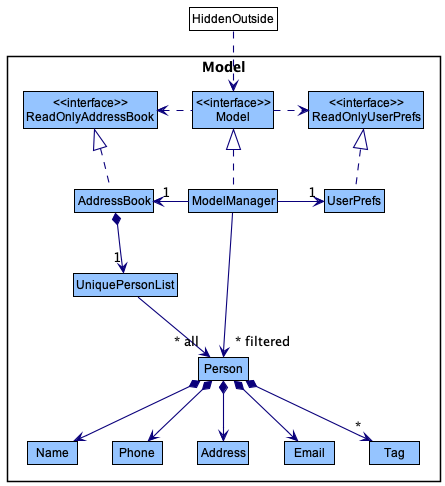
This is docs/images/ModelClassDiagram.png from zhongfu/tp, a PlantUML export, as it was before one commit. The source it was exported from:
```plantuml
@startuml
!include style.puml
skinparam arrowThickness 1.1
skinparam arrowColor LOGIC_COLOR_T4
skinparam classBackgroundColor MODEL_COLOR

Package Model <<Rectangle>>{
Class "<<interface>>\nReadOnlyAddressBook" as ReadOnlyAddressBook
Class "<<interface>>\nReadOnlyUserPrefs" as ReadOnlyUserPrefs
Class "<<interface>>\nModel" as Model
Class AddressBook
Class ModelManager
Class UserPrefs

Class UniquePersonList
Class Person
Class Address
Class Email
Class Name
Class Phone
Class Tag

}

Class HiddenOutside #FFFFFF
HiddenOutside ..> Model

AddressBook .up.|> ReadOnlyAddressBook

ModelManager .up.|> Model
Model .right.> ReadOnlyUserPrefs
Model .left.> ReadOnlyAddressBook
ModelManager -left-> "1" AddressBook
ModelManager -right-> "1" UserPrefs
UserPrefs .up.|> ReadOnlyUserPrefs

AddressBook *--> "1" UniquePersonList
UniquePersonList --> "~* all" Person
Person *--> Name
Person *--> Phone
Person *--> Email
Person *--> Address
Person *--> "*" Tag

Name -[hidden]right-> Phone
Phone -[hidden]right-> Address
Address -[hidden]right-> Email

ModelManager -->"~* filtered" Person
@enduml
```
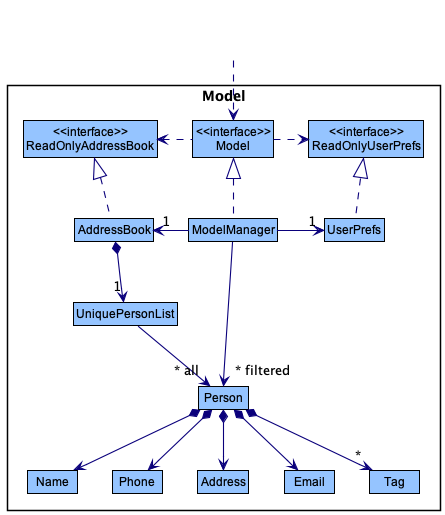
After the commit.

Diff of the diagram source:
```diff
@@ -22,8 +22,16 @@
 
 }
 
-Class HiddenOutside #FFFFFF
-HiddenOutside ..> Model
+skinparam rectangle {
+    BorderColor<<PLACEHOLDER>> transparent
+    FontColor<<PLACEHOLDER>> transparent
+    StereotypeFontColor<<PLACEHOLDER>> transparent
+}
+
+rectangle arrowFromNowhere <<PLACEHOLDER>> {
+}
+
+arrowFromNowhere ..> Model
 
 AddressBook .up.|> ReadOnlyAddressBook
 
```
